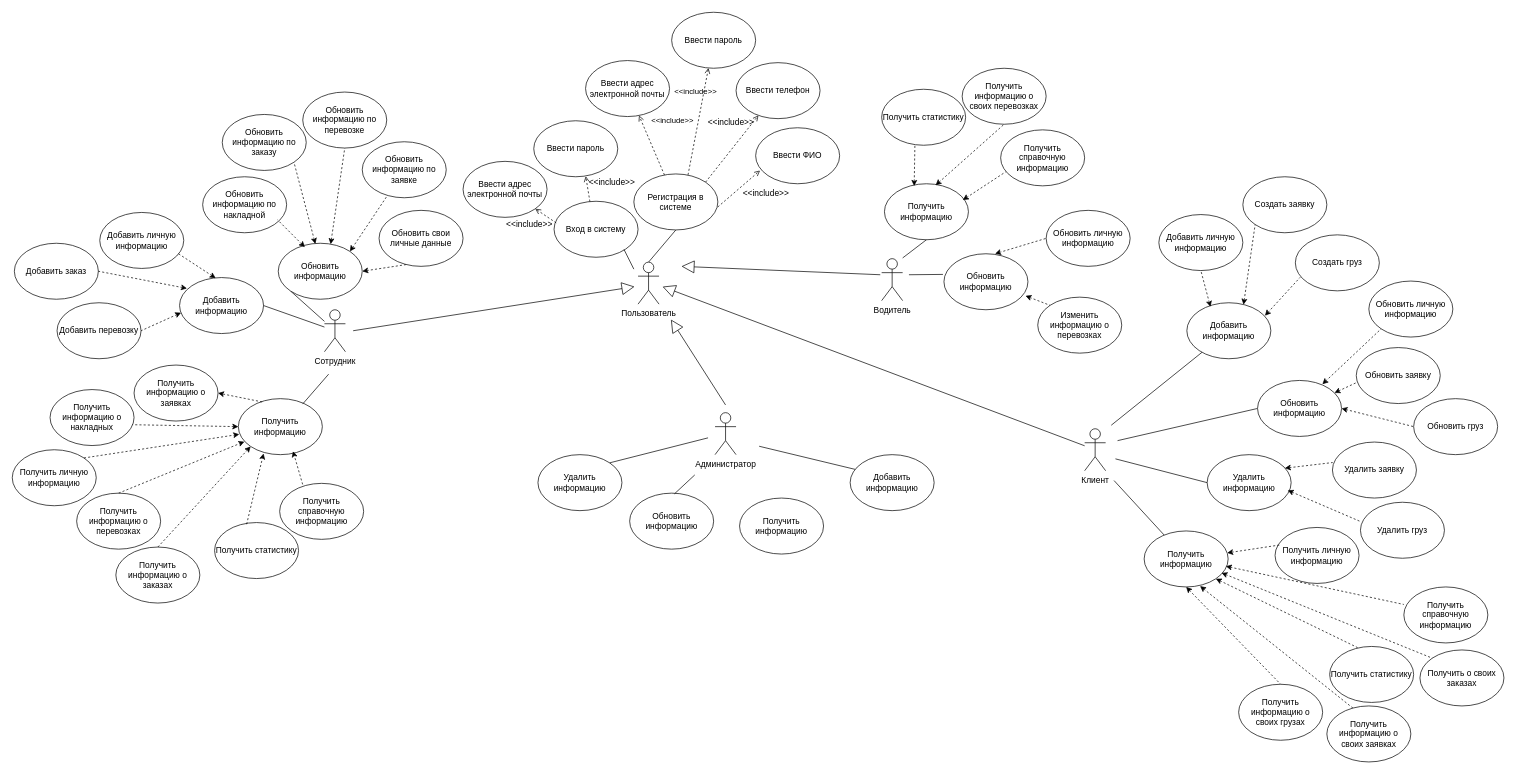
Above: kursachIspolzovanie.drawio in Alexander-Bankov/draw (draw.io), before the change. Source tidied: cells renumbered, new cells numbered last; positions are measured from the earlier drawing's top-left corner, leaving out a move shared by most shapes. Both pictures are drawn from the tidied source at 70%, with x=0, y=0 at pixel (12, 12).
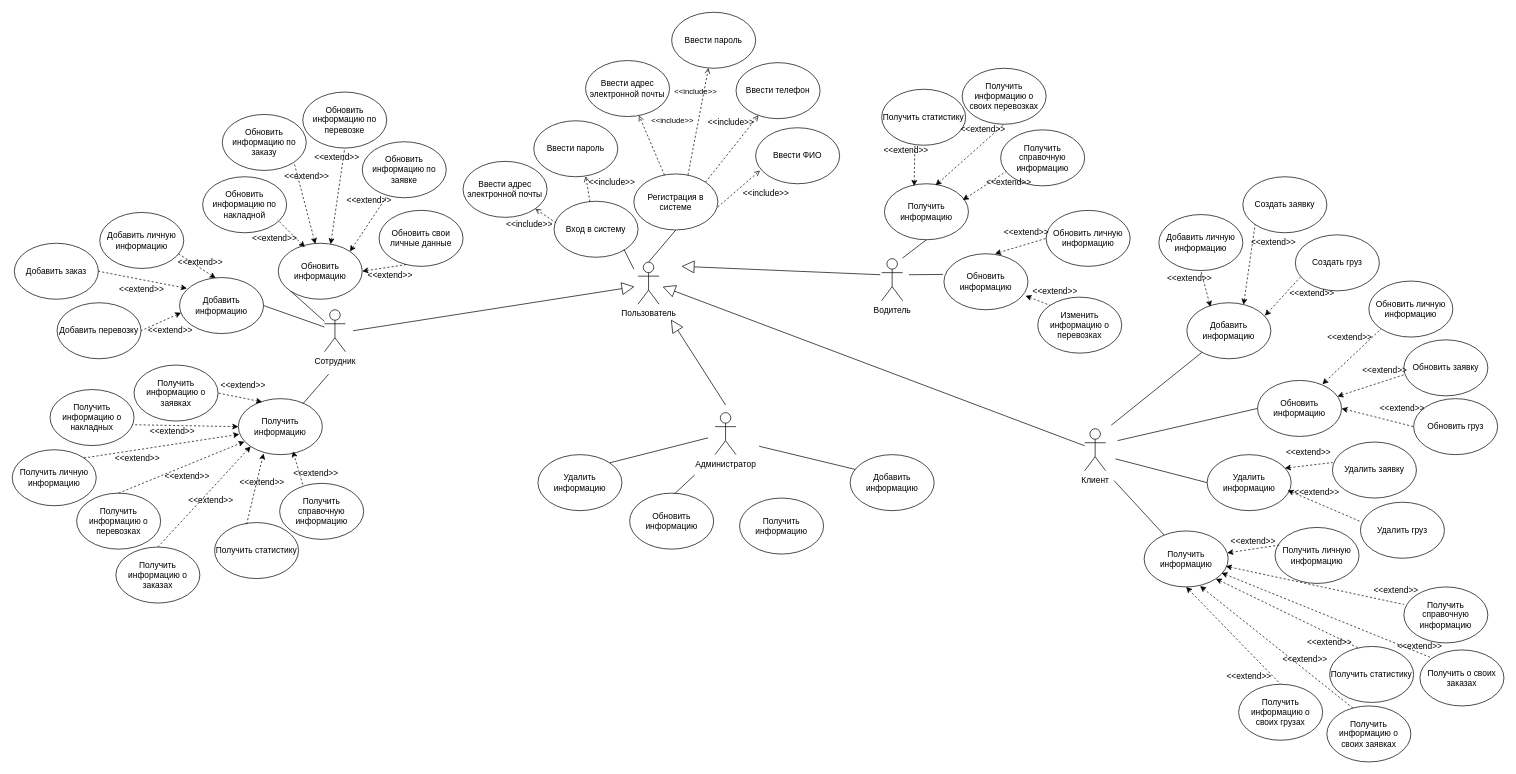
After the change.

Unchanged cells that the change refers to:
```xml
<mxCell id="22" value="Получить информацию" style="ellipse;whiteSpace=wrap;html=1;" parent="1" vertex="1">
  <mxGeometry x="323" y="552" width="120" height="80" as="geometry" />
</mxCell>
<mxCell id="110" value="Получить информацию о заявках" style="ellipse;whiteSpace=wrap;html=1;" parent="1" vertex="1">
  <mxGeometry x="174" y="504" width="120" height="80" as="geometry" />
</mxCell>
```

What changed in the source:
```diff
@@
     <mxCell id="65" value="Обновить заявку" style="ellipse;whiteSpace=wrap;html=1;" parent="1" vertex="1">
-      <mxGeometry x="1920" y="479" width="120" height="80" as="geometry" />
+      <mxGeometry x="1988" y="468" width="120" height="80" as="geometry" />
     </mxCell>
@@
-    <mxCell id="117" style="endArrow=classic;html=1;rounded=0;entryX=1;entryY=0.5;entryDx=0;entryDy=0;exitX=0.283;exitY=0.058;exitDx=0;exitDy=0;exitPerimeter=0;endFill=1;dashed=1;" parent="1" edge="1" source="22" target="110">
+    <mxCell id="117" style="endArrow=none;html=1;rounded=0;entryX=1;entryY=0.5;entryDx=0;entryDy=0;exitX=0.283;exitY=0.058;exitDx=0;exitDy=0;exitPerimeter=0;endFill=1;dashed=1;startArrow=classic;startFill=1;" parent="1" edge="1" source="22" target="110">
       <mxGeometry relative="1" as="geometry" />
     </mxCell>
@@
+    <mxCell id="124" value="&amp;lt;&amp;lt;extend&amp;gt;&amp;gt;" style="text;html=1;align=center;verticalAlign=middle;whiteSpace=wrap;rounded=0;" parent="1" vertex="1">
+      <mxGeometry x="1986" y="898" width="50" height="16" as="geometry" />
+    </mxCell>
+    <mxCell id="125" value="&amp;lt;&amp;lt;extend&amp;gt;&amp;gt;" style="text;html=1;align=center;verticalAlign=middle;whiteSpace=wrap;rounded=0;" parent="1" vertex="1">
+      <mxGeometry x="1952" y="818" width="50" height="16" as="geometry" />
+    </mxCell>
+    <mxCell id="126" value="&amp;lt;&amp;lt;extend&amp;gt;&amp;gt;" style="text;html=1;align=center;verticalAlign=middle;whiteSpace=wrap;rounded=0;" parent="1" vertex="1">
+      <mxGeometry x="1742" y="941" width="50" height="16" as="geometry" />
+    </mxCell>
+    <mxCell id="127" value="&amp;lt;&amp;lt;extend&amp;gt;&amp;gt;" style="text;html=1;align=center;verticalAlign=middle;whiteSpace=wrap;rounded=0;" parent="1" vertex="1">
+      <mxGeometry x="1936" y="504" width="50" height="16" as="geometry" />
+    </mxCell>
+    <mxCell id="128" value="&amp;lt;&amp;lt;extend&amp;gt;&amp;gt;" style="text;html=1;align=center;verticalAlign=middle;whiteSpace=wrap;rounded=0;" parent="1" vertex="1">
+      <mxGeometry x="1961" y="562" width="50" height="8" as="geometry" />
+    </mxCell>
+    <mxCell id="129" value="&amp;lt;&amp;lt;extend&amp;gt;&amp;gt;" style="text;html=1;align=center;verticalAlign=middle;whiteSpace=wrap;rounded=0;" parent="1" vertex="1">
+      <mxGeometry x="1886" y="457" width="50" height="16" as="geometry" />
+    </mxCell>
+    <mxCell id="130" value="&amp;lt;&amp;lt;extend&amp;gt;&amp;gt;" style="text;html=1;align=center;verticalAlign=middle;whiteSpace=wrap;rounded=0;" parent="1" vertex="1">
+      <mxGeometry x="1827" y="621" width="50" height="16" as="geometry" />
+    </mxCell>
+    <mxCell id="131" value="&amp;lt;&amp;lt;extend&amp;gt;&amp;gt;" style="text;html=1;align=center;verticalAlign=middle;whiteSpace=wrap;rounded=0;" parent="1" vertex="1">
+      <mxGeometry x="1839" y="678" width="50" height="16" as="geometry" />
+    </mxCell>
+    <mxCell id="132" value="&amp;lt;&amp;lt;extend&amp;gt;&amp;gt;" style="text;html=1;align=center;verticalAlign=middle;whiteSpace=wrap;rounded=0;" parent="1" vertex="1">
+      <mxGeometry x="1748" y="748" width="50" height="16" as="geometry" />
+    </mxCell>
+    <mxCell id="133" value="&amp;lt;&amp;lt;extend&amp;gt;&amp;gt;" style="text;html=1;align=center;verticalAlign=middle;whiteSpace=wrap;rounded=0;" parent="1" vertex="1">
+      <mxGeometry x="1832" y="394" width="50" height="16" as="geometry" />
+    </mxCell>
+    <mxCell id="134" value="&amp;lt;&amp;lt;extend&amp;gt;&amp;gt;" style="text;html=1;align=center;verticalAlign=middle;whiteSpace=wrap;rounded=0;" parent="1" vertex="1">
+      <mxGeometry x="1777" y="321" width="50" height="16" as="geometry" />
+    </mxCell>
+    <mxCell id="135" value="&amp;lt;&amp;lt;extend&amp;gt;&amp;gt;" style="text;html=1;align=center;verticalAlign=middle;whiteSpace=wrap;rounded=0;" parent="1" vertex="1">
+      <mxGeometry x="1657" y="372" width="50" height="16" as="geometry" />
+    </mxCell>
+    <mxCell id="136" value="&amp;lt;&amp;lt;extend&amp;gt;&amp;gt;" style="text;html=1;align=center;verticalAlign=middle;whiteSpace=wrap;rounded=0;" parent="1" vertex="1">
+      <mxGeometry x="1465" y="391" width="50" height="16" as="geometry" />
+    </mxCell>
+    <mxCell id="137" value="&amp;lt;&amp;lt;extend&amp;gt;&amp;gt;" style="text;html=1;align=center;verticalAlign=middle;whiteSpace=wrap;rounded=0;" parent="1" vertex="1">
+      <mxGeometry x="1424" y="307" width="50" height="16" as="geometry" />
+    </mxCell>
+    <mxCell id="138" value="&amp;lt;&amp;lt;extend&amp;gt;&amp;gt;" style="text;html=1;align=center;verticalAlign=middle;whiteSpace=wrap;rounded=0;" parent="1" vertex="1">
+      <mxGeometry x="1399" y="235" width="50" height="16" as="geometry" />
+    </mxCell>
+    <mxCell id="139" value="&amp;lt;&amp;lt;extend&amp;gt;&amp;gt;" style="text;html=1;align=center;verticalAlign=middle;whiteSpace=wrap;rounded=0;" parent="1" vertex="1">
+      <mxGeometry x="1362" y="160" width="50" height="16" as="geometry" />
+    </mxCell>
+    <mxCell id="140" value="&amp;lt;&amp;lt;extend&amp;gt;&amp;gt;" style="text;html=1;align=center;verticalAlign=middle;whiteSpace=wrap;rounded=0;" parent="1" vertex="1">
+      <mxGeometry x="1252" y="190" width="50" height="16" as="geometry" />
+    </mxCell>
+    <mxCell id="141" value="&amp;lt;&amp;lt;extend&amp;gt;&amp;gt;" style="text;html=1;align=center;verticalAlign=middle;whiteSpace=wrap;rounded=0;" parent="1" vertex="1">
+      <mxGeometry x="350" y="315" width="50" height="16" as="geometry" />
+    </mxCell>
+    <mxCell id="142" value="&amp;lt;&amp;lt;extend&amp;gt;&amp;gt;" style="text;html=1;align=center;verticalAlign=middle;whiteSpace=wrap;rounded=0;" parent="1" vertex="1">
+      <mxGeometry x="396" y="226" width="50" height="16" as="geometry" />
+    </mxCell>
+    <mxCell id="143" value="&amp;lt;&amp;lt;extend&amp;gt;&amp;gt;" style="text;html=1;align=center;verticalAlign=middle;whiteSpace=wrap;rounded=0;" parent="1" vertex="1">
+      <mxGeometry x="439" y="200" width="50" height="16" as="geometry" />
+    </mxCell>
+    <mxCell id="144" value="&amp;lt;&amp;lt;extend&amp;gt;&amp;gt;" style="text;html=1;align=center;verticalAlign=middle;whiteSpace=wrap;rounded=0;" parent="1" vertex="1">
+      <mxGeometry x="485" y="261" width="50" height="16" as="geometry" />
+    </mxCell>
+    <mxCell id="145" value="&amp;lt;&amp;lt;extend&amp;gt;&amp;gt;" style="text;html=1;align=center;verticalAlign=middle;whiteSpace=wrap;rounded=0;" parent="1" vertex="1">
+      <mxGeometry x="515" y="368" width="50" height="16" as="geometry" />
+    </mxCell>
+    <mxCell id="146" value="&amp;lt;&amp;lt;extend&amp;gt;&amp;gt;" style="text;html=1;align=center;verticalAlign=middle;whiteSpace=wrap;rounded=0;" parent="1" vertex="1">
+      <mxGeometry x="225" y="655" width="50" height="16" as="geometry" />
+    </mxCell>
+    <mxCell id="147" value="&amp;lt;&amp;lt;extend&amp;gt;&amp;gt;" style="text;html=1;align=center;verticalAlign=middle;whiteSpace=wrap;rounded=0;" parent="1" vertex="1">
+      <mxGeometry x="154" y="629" width="50" height="16" as="geometry" />
+    </mxCell>
+    <mxCell id="148" value="&amp;lt;&amp;lt;extend&amp;gt;&amp;gt;" style="text;html=1;align=center;verticalAlign=middle;whiteSpace=wrap;rounded=0;" parent="1" vertex="1">
+      <mxGeometry x="204" y="591" width="50" height="16" as="geometry" />
+    </mxCell>
+    <mxCell id="149" value="&amp;lt;&amp;lt;extend&amp;gt;&amp;gt;" style="text;html=1;align=center;verticalAlign=middle;whiteSpace=wrap;rounded=0;" parent="1" vertex="1">
+      <mxGeometry x="305" y="526" width="50" height="16" as="geometry" />
+    </mxCell>
+    <mxCell id="150" value="&amp;lt;&amp;lt;extend&amp;gt;&amp;gt;" style="text;html=1;align=center;verticalAlign=middle;whiteSpace=wrap;rounded=0;" parent="1" vertex="1">
+      <mxGeometry x="160" y="388" width="50" height="16" as="geometry" />
+    </mxCell>
+    <mxCell id="151" value="&amp;lt;&amp;lt;extend&amp;gt;&amp;gt;" style="text;html=1;align=center;verticalAlign=middle;whiteSpace=wrap;rounded=0;" parent="1" vertex="1">
+      <mxGeometry x="244" y="350" width="50" height="16" as="geometry" />
+    </mxCell>
+    <mxCell id="152" value="&amp;lt;&amp;lt;extend&amp;gt;&amp;gt;" style="text;html=1;align=center;verticalAlign=middle;whiteSpace=wrap;rounded=0;" parent="1" vertex="1">
+      <mxGeometry x="201" y="447" width="50" height="16" as="geometry" />
+    </mxCell>
+    <mxCell id="153" value="&amp;lt;&amp;lt;extend&amp;gt;&amp;gt;" style="text;html=1;align=center;verticalAlign=middle;whiteSpace=wrap;rounded=0;" parent="1" vertex="1">
+      <mxGeometry x="259" y="689" width="50" height="16" as="geometry" />
+    </mxCell>
+    <mxCell id="154" value="&amp;lt;&amp;lt;extend&amp;gt;&amp;gt;" style="text;html=1;align=center;verticalAlign=middle;whiteSpace=wrap;rounded=0;" parent="1" vertex="1">
+      <mxGeometry x="332" y="664" width="50" height="16" as="geometry" />
+    </mxCell>
+    <mxCell id="155" value="&amp;lt;&amp;lt;extend&amp;gt;&amp;gt;" style="text;html=1;align=center;verticalAlign=middle;whiteSpace=wrap;rounded=0;" parent="1" vertex="1">
+      <mxGeometry x="409" y="651" width="50" height="16" as="geometry" />
+    </mxCell>
+    <mxCell id="156" value="&amp;lt;&amp;lt;extend&amp;gt;&amp;gt;" style="text;html=1;align=center;verticalAlign=middle;whiteSpace=wrap;rounded=0;" parent="1" vertex="1">
+      <mxGeometry x="1857" y="892" width="50" height="16" as="geometry" />
+    </mxCell>
+    <mxCell id="157" value="&amp;lt;&amp;lt;extend&amp;gt;&amp;gt;" style="text;html=1;align=center;verticalAlign=middle;whiteSpace=wrap;rounded=0;" parent="1" vertex="1">
+      <mxGeometry x="1822" y="917" width="50" height="16" as="geometry" />
+    </mxCell>
```
